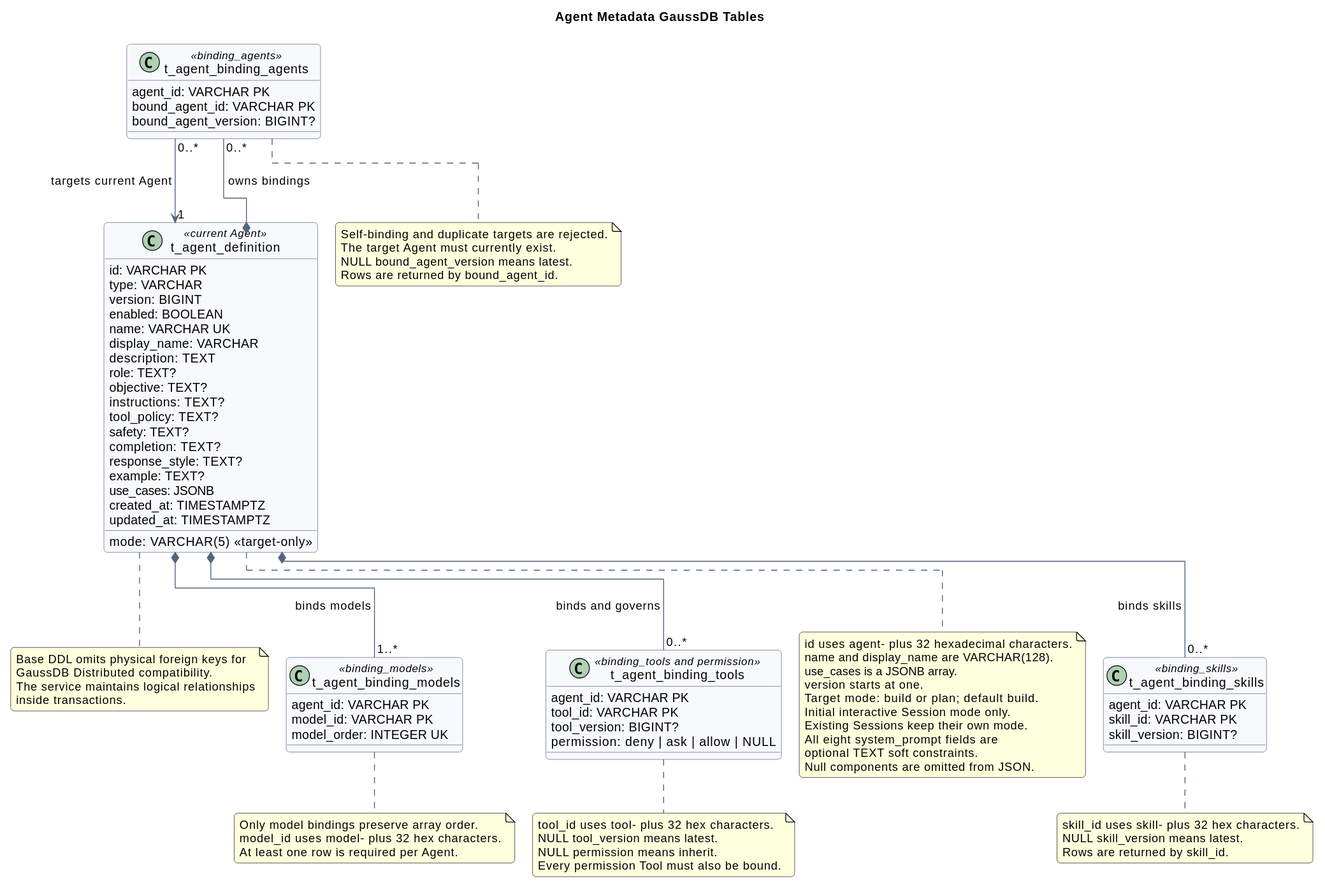
This is 03-数据与存储/02-Agent元数据GaussDB/agent_metadata_gaussdb_model.svg from ssm0808/pi-mono-java-design, a PlantUML export, as it was before one commit. Source of this version:
```plantuml
@startuml
!pragma layout elk
title Agent Metadata GaussDB Tables
top to bottom direction

skinparam backgroundColor #FFFFFF
skinparam shadowing false
skinparam roundcorner 8
skinparam nodesep 45
skinparam ranksep 50
skinparam ArrowColor #53657D
skinparam ClassBorderColor #53657D
skinparam ClassBackgroundColor #F7F9FC
skinparam classAttributeIconSize 0


class t_agent_definition <<current Agent>> {
  id: VARCHAR PK
  type: VARCHAR
  version: BIGINT
  enabled: BOOLEAN
  mode: VARCHAR(5) <<target-only>>
  name: VARCHAR UK
  display_name: VARCHAR
  description: TEXT
  role: TEXT?
  objective: TEXT?
  instructions: TEXT?
  tool_policy: TEXT?
  safety: TEXT?
  completion: TEXT?
  response_style: TEXT?
  example: TEXT?
  use_cases: JSONB
  created_at: TIMESTAMPTZ
  updated_at: TIMESTAMPTZ
}

class t_agent_binding_models <<binding_models>> {
  agent_id: VARCHAR PK
  model_id: VARCHAR PK
  model_order: INTEGER UK
}

class t_agent_binding_tools <<binding_tools and permission>> {
  agent_id: VARCHAR PK
  tool_id: VARCHAR PK
  tool_version: BIGINT?
  permission: deny | ask | allow | NULL
}

class t_agent_binding_skills <<binding_skills>> {
  agent_id: VARCHAR PK
  skill_id: VARCHAR PK
  skill_version: BIGINT?
}

class t_agent_binding_agents <<binding_agents>> {
  agent_id: VARCHAR PK
  bound_agent_id: VARCHAR PK
  bound_agent_version: BIGINT?
}

t_agent_definition *-- "1..*" t_agent_binding_models : binds models
t_agent_definition *-- "0..*" t_agent_binding_tools : binds and governs
t_agent_definition *-- "0..*" t_agent_binding_skills : binds skills
t_agent_definition *-- "0..*" t_agent_binding_agents : owns bindings
t_agent_binding_agents "0..*" --> "1" t_agent_definition : targets current Agent

note right of t_agent_definition
id uses agent- plus 32 hexadecimal characters.
name and display_name are VARCHAR(128).
use_cases is a JSONB array.
version starts at one.
Target mode: build or plan; default build.
Initial interactive Session mode only.
Existing Sessions keep their own mode.
All eight system_prompt fields are
optional TEXT soft constraints.
Null components are omitted from JSON.
end note

note right of t_agent_binding_models
Only model bindings preserve array order.
model_id uses model- plus 32 hex characters.
At least one row is required per Agent.
end note

note bottom of t_agent_binding_tools
tool_id uses tool- plus 32 hex characters.
NULL tool_version means latest.
NULL permission means inherit.
Every permission Tool must also be bound.
end note

note bottom of t_agent_binding_skills
skill_id uses skill- plus 32 hex characters.
NULL skill_version means latest.
Rows are returned by skill_id.
end note

note bottom of t_agent_binding_agents
Self-binding and duplicate targets are rejected.
The target Agent must currently exist.
NULL bound_agent_version means latest.
Rows are returned by bound_agent_id.
end note

note bottom of t_agent_definition
Base DDL omits physical foreign keys for
GaussDB Distributed compatibility.
The service maintains logical relationships
inside transactions.
end note
@enduml
```
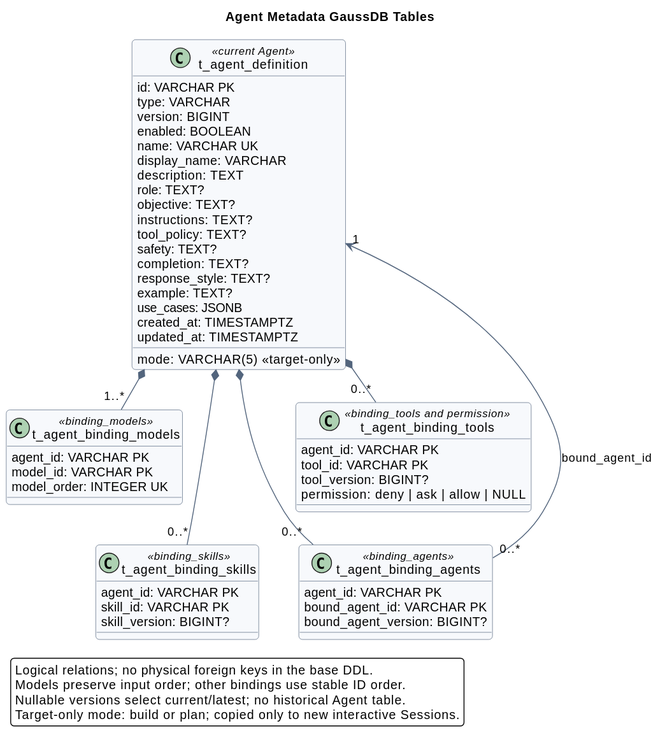
The same file after the commit.

What changed in the source:
```diff
@@ -1,13 +1,12 @@
 @startuml
-!pragma layout elk
 title Agent Metadata GaussDB Tables
 top to bottom direction
 
 skinparam backgroundColor #FFFFFF
 skinparam shadowing false
 skinparam roundcorner 8
-skinparam nodesep 45
-skinparam ranksep 50
+skinparam nodesep 25
+skinparam ranksep 35
 skinparam ArrowColor #53657D
 skinparam ClassBorderColor #53657D
 skinparam ClassBackgroundColor #F7F9FC
@@ -61,55 +60,26 @@
   bound_agent_version: BIGINT?
 }
 
-t_agent_definition *-- "1..*" t_agent_binding_models : binds models
-t_agent_definition *-- "0..*" t_agent_binding_tools : binds and governs
-t_agent_definition *-- "0..*" t_agent_binding_skills : binds skills
-t_agent_definition *-- "0..*" t_agent_binding_agents : owns bindings
-t_agent_binding_agents "0..*" --> "1" t_agent_definition : targets current Agent
+t_agent_definition *-down- "1..*" t_agent_binding_models
+t_agent_definition *-down- "0..*" t_agent_binding_tools
+t_agent_definition *-down- "0..*" t_agent_binding_skills
+t_agent_definition *-down- "0..*" t_agent_binding_agents
+t_agent_binding_agents "0..*" -[norank]-> "1" t_agent_definition : bound_agent_id
 
-note right of t_agent_definition
-id uses agent- plus 32 hexadecimal characters.
-name and display_name are VARCHAR(128).
-use_cases is a JSONB array.
-version starts at one.
-Target mode: build or plan; default build.
-Initial interactive Session mode only.
-Existing Sessions keep their own mode.
-All eight system_prompt fields are
-optional TEXT soft constraints.
-Null components are omitted from JSON.
-end note
 
-note right of t_agent_binding_models
-Only model bindings preserve array order.
-model_id uses model- plus 32 hex characters.
-At least one row is required per Agent.
-end note
 
-note bottom of t_agent_binding_tools
-tool_id uses tool- plus 32 hex characters.
-NULL tool_version means latest.
-NULL permission means inherit.
-Every permission Tool must also be bound.
-end note
 
-note bottom of t_agent_binding_skills
-skill_id uses skill- plus 32 hex characters.
-NULL skill_version means latest.
-Rows are returned by skill_id.
-end note
 
-note bottom of t_agent_binding_agents
-Self-binding and duplicate targets are rejected.
-The target Agent must currently exist.
-NULL bound_agent_version means latest.
-Rows are returned by bound_agent_id.
-end note
 
-note bottom of t_agent_definition
-Base DDL omits physical foreign keys for
-GaussDB Distributed compatibility.
-The service maintains logical relationships
-inside transactions.
-end note
+
+
+t_agent_binding_models -[hidden]right-> t_agent_binding_tools
+t_agent_binding_models -[hidden]down-> t_agent_binding_skills
+t_agent_binding_tools -[hidden]down-> t_agent_binding_agents
+legend bottom left
+Logical relations; no physical foreign keys in the base DDL.
+Models preserve input order; other bindings use stable ID order.
+Nullable versions select current/latest; no historical Agent table.
+Target-only mode: build or plan; copied only to new interactive Sessions.
+endlegend
 @enduml
```
